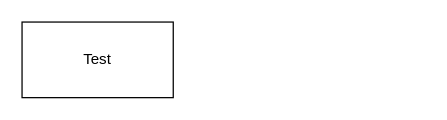
Before: docs/facilities/Edit9.drawio in UoS-TV/VOI, a draw.io diagram. Source tidied: cells renumbered, new cells numbered last; positions are measured from the earlier drawing's top-left corner, leaving out a move shared by most shapes. Both pictures are drawn from the tidied source at 126%, with x=0, y=0 at pixel (21, 21).
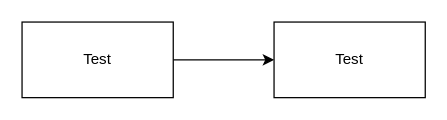
The same diagram, later.

The edit, as a diff of the source:
```diff
@@
 <mxGraphModel>
   <root>
     <mxCell id="0" />
     <mxCell id="1" parent="0" />
+    <mxCell id="3" style="edgeStyle=orthogonalEdgeStyle;rounded=0;jettySize=auto;html=1;" parent="1" edge="1" source="2" target="4">
+      <mxGeometry relative="1" as="geometry" />
+    </mxCell>
     <mxCell id="2" value="Test" style="rounded=0;whiteSpace=wrap;html=1;" parent="1" vertex="1">
       <mxGeometry width="120" height="60" as="geometry" />
     </mxCell>
+    <mxCell id="4" value="Test" style="rounded=0;whiteSpace=wrap;html=1;" parent="1" vertex="1">
+      <mxGeometry x="200" width="120" height="60" as="geometry" />
+    </mxCell>
   </root>
 </mxGraphModel>
```
